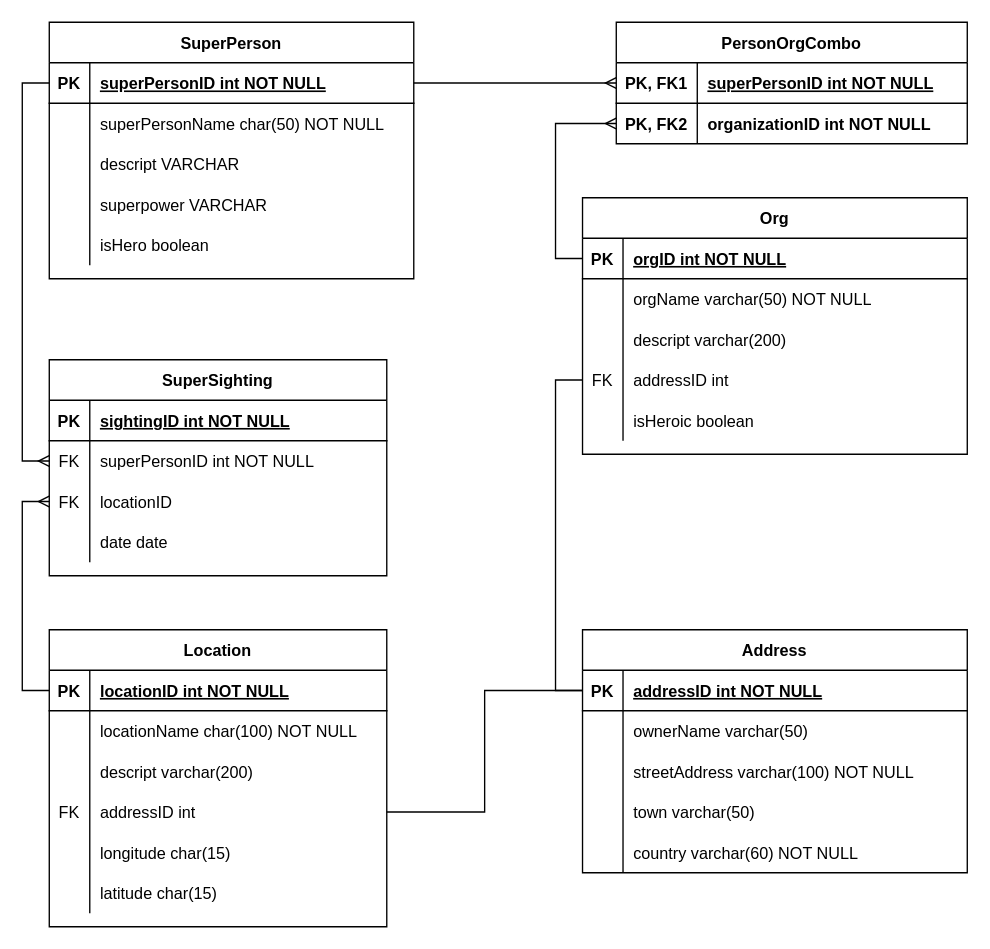
Earlier version of the draw.io diagram SQL stuff/In-class ERDs/Engage Superhero DB ERD.drawio (The-Software-Guild/git---github-B-Rust). Source tidied: cells renumbered, new cells numbered last; positions are measured from the earlier drawing's top-left corner, leaving out a move shared by most shapes. Both pictures are drawn from the tidied source at 135%, with x=0, y=0 at pixel (22, 22).
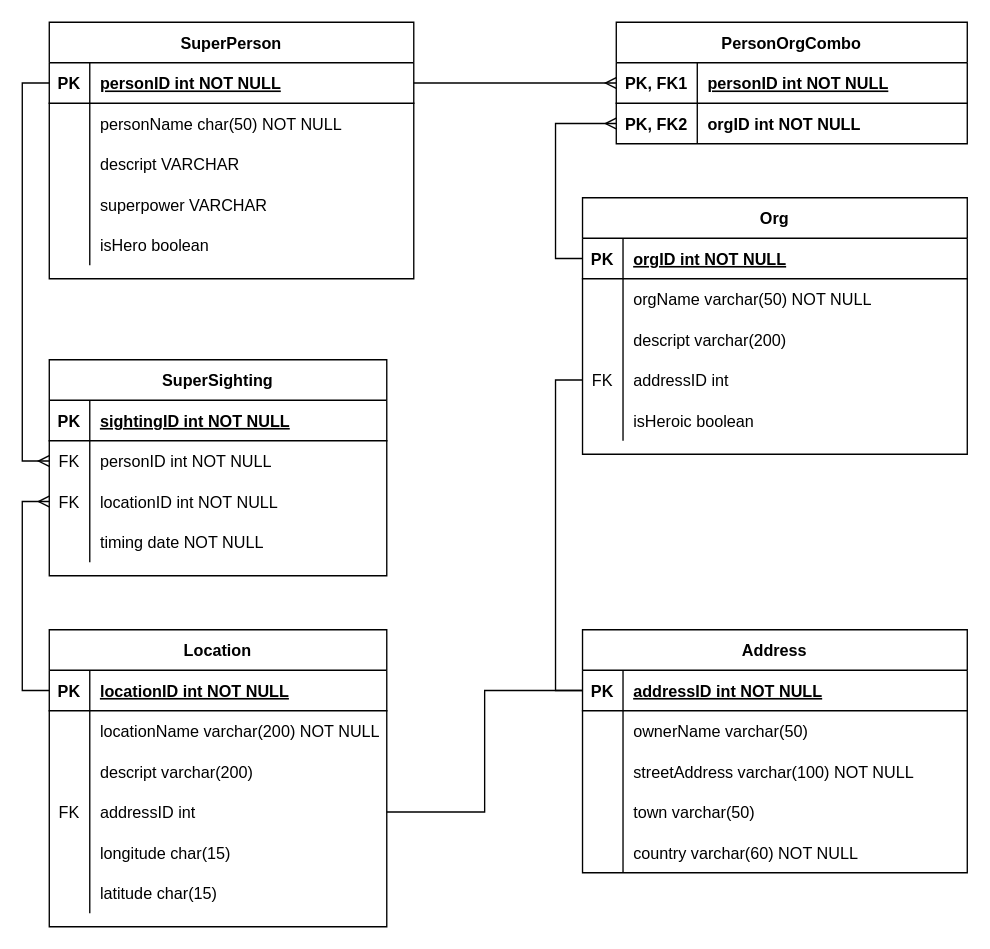
The same diagram, later.

Unchanged cells that the change refers to:
```xml
<mxCell id="3" style="shape=partialRectangle;fillColor=none;points=[[0,0.5],[1,0.5]];portConstraint=eastwest;top=0;left=0;right=0;bottom=1;" parent="2" vertex="1">
  <mxGeometry y="30" width="270" height="30" as="geometry" />
</mxCell>
<mxCell id="6" style="shape=partialRectangle;fillColor=none;top=0;left=0;right=0;bottom=0;" parent="2" vertex="1">
  <mxGeometry y="60" width="270" height="30" as="geometry" />
</mxCell>
<mxCell id="22" style="shape=partialRectangle;fillColor=none;points=[[0,0.5],[1,0.5]];portConstraint=eastwest;top=0;left=0;right=0;bottom=0;" parent="18" vertex="1">
  <mxGeometry y="60" width="250" height="30" as="geometry" />
</mxCell>
<mxCell id="25" style="shape=partialRectangle;fillColor=none;points=[[0,0.5],[1,0.5]];portConstraint=eastwest;top=0;left=0;right=0;bottom=0;" parent="18" vertex="1">
  <mxGeometry y="90" width="250" height="30" as="geometry" />
</mxCell>
<mxCell id="28" style="shape=partialRectangle;fillColor=none;top=0;left=0;right=0;bottom=0;" parent="18" vertex="1">
  <mxGeometry y="120" width="250" height="30" as="geometry" />
</mxCell>
<mxCell id="51" style="shape=partialRectangle;fillColor=none;top=0;left=0;right=0;bottom=0;" parent="47" vertex="1">
  <mxGeometry y="60" width="250" height="30" as="geometry" />
</mxCell>
<mxCell id="83" style="shape=partialRectangle;fillColor=none;points=[[0,0.5],[1,0.5]];portConstraint=eastwest;top=0;left=0;right=0;bottom=1;" parent="82" vertex="1">
  <mxGeometry y="30" width="260" height="30" as="geometry" />
</mxCell>
<mxCell id="86" style="shape=partialRectangle;fillColor=none;points=[[0,0.5],[1,0.5]];portConstraint=eastwest;top=0;left=0;right=0;bottom=0;" parent="82" vertex="1">
  <mxGeometry y="60" width="260" height="30" as="geometry" />
</mxCell>
```

Diff of the diagram source:
```diff
@@
-    <mxCell id="5" value="superPersonID int NOT NULL " style="shape=partialRectangle;overflow=hidden;fillColor=none;top=0;left=0;bottom=0;right=0;align=left;spacingLeft=6;fontStyle=5;" parent="3" vertex="1">
+    <mxCell id="5" value="personID int NOT NULL " style="shape=partialRectangle;overflow=hidden;fillColor=none;top=0;left=0;bottom=0;right=0;align=left;spacingLeft=6;fontStyle=5;" parent="3" vertex="1">
       <mxGeometry x="30" width="240" height="30" as="geometry" />
     </mxCell>
@@
-    <mxCell id="8" value="superPersonName char(50) NOT NULL" style="shape=partialRectangle;overflow=hidden;fillColor=none;top=0;left=0;bottom=0;right=0;align=left;spacingLeft=6;" parent="6" vertex="1">
+    <mxCell id="8" value="personName char(50) NOT NULL" style="shape=partialRectangle;overflow=hidden;fillColor=none;top=0;left=0;bottom=0;right=0;align=left;spacingLeft=6;" parent="6" vertex="1">
       <mxGeometry x="30" width="240" height="30" as="geometry" />
     </mxCell>
@@
-    <mxCell id="24" value="superPersonID int NOT NULL" style="shape=partialRectangle;overflow=hidden;fillColor=none;top=0;left=0;bottom=0;right=0;align=left;spacingLeft=6;" parent="22" vertex="1">
+    <mxCell id="24" value="personID int NOT NULL" style="shape=partialRectangle;overflow=hidden;fillColor=none;top=0;left=0;bottom=0;right=0;align=left;spacingLeft=6;" parent="22" vertex="1">
       <mxGeometry x="30" width="220" height="30" as="geometry" />
     </mxCell>
@@
-    <mxCell id="27" value="locationID" style="shape=partialRectangle;overflow=hidden;fillColor=none;top=0;left=0;bottom=0;right=0;align=left;spacingLeft=6;" parent="25" vertex="1">
+    <mxCell id="27" value="locationID int NOT NULL" style="shape=partialRectangle;overflow=hidden;fillColor=none;top=0;left=0;bottom=0;right=0;align=left;spacingLeft=6;" parent="25" vertex="1">
       <mxGeometry x="30" width="220" height="30" as="geometry" />
     </mxCell>
@@
-    <mxCell id="30" value="date date" style="shape=partialRectangle;overflow=hidden;fillColor=none;top=0;left=0;bottom=0;right=0;align=left;spacingLeft=6;" parent="28" vertex="1">
+    <mxCell id="30" value="timing date NOT NULL" style="shape=partialRectangle;overflow=hidden;fillColor=none;top=0;left=0;bottom=0;right=0;align=left;spacingLeft=6;" parent="28" vertex="1">
       <mxGeometry x="30" width="220" height="30" as="geometry" />
     </mxCell>
@@
-    <mxCell id="53" value="locationName char(100) NOT NULL" style="shape=partialRectangle;overflow=hidden;fillColor=none;top=0;left=0;bottom=0;right=0;align=left;spacingLeft=6;" parent="51" vertex="1">
+    <mxCell id="53" value="locationName varchar(200) NOT NULL" style="shape=partialRectangle;overflow=hidden;fillColor=none;top=0;left=0;bottom=0;right=0;align=left;spacingLeft=6;" parent="51" vertex="1">
       <mxGeometry x="30" width="220" height="30" as="geometry" />
     </mxCell>
@@
-    <mxCell id="85" value="superPersonID int NOT NULL " style="shape=partialRectangle;overflow=hidden;fillColor=none;top=0;left=0;bottom=0;right=0;align=left;spacingLeft=6;fontStyle=5;" parent="83" vertex="1">
+    <mxCell id="85" value="personID int NOT NULL " style="shape=partialRectangle;overflow=hidden;fillColor=none;top=0;left=0;bottom=0;right=0;align=left;spacingLeft=6;fontStyle=5;" parent="83" vertex="1">
       <mxGeometry x="60" width="200" height="30" as="geometry" />
     </mxCell>
@@
-    <mxCell id="88" value="organizationID int NOT NULL" style="shape=partialRectangle;overflow=hidden;fillColor=none;top=0;left=0;bottom=0;right=0;align=left;spacingLeft=6;fontStyle=1;" parent="86" vertex="1">
+    <mxCell id="88" value="orgID int NOT NULL" style="shape=partialRectangle;overflow=hidden;fillColor=none;top=0;left=0;bottom=0;right=0;align=left;spacingLeft=6;fontStyle=1;" parent="86" vertex="1">
       <mxGeometry x="60" width="200" height="30" as="geometry" />
     </mxCell>
```
